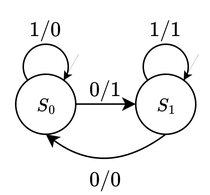
The draw.io diagram homework_3/report/assets/q2_mealy.png in apedersen00/digital-systems-design-and-verification, before a commit. Source tidied: cells renumbered, new cells last; positions are measured from the earlier drawing's top-left corner, leaving out a move shared by most shapes.
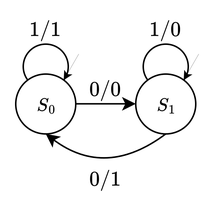
The same diagram one commit later.

What changed in the source:
```diff
@@ -17,7 +17,7 @@
         <mxPoint x="42" y="44" as="targetPoint" />
       </mxGeometry>
     </mxCell>
-    <mxCell id="6" value="$$1/0$$" style="text;html=1;align=center;verticalAlign=middle;whiteSpace=wrap;rounded=0;" parent="1" vertex="1">
+    <mxCell id="6" value="$$1/1$$" style="text;html=1;align=center;verticalAlign=middle;whiteSpace=wrap;rounded=0;" parent="1" vertex="1">
       <mxGeometry width="60" height="20" as="geometry" />
     </mxCell>
     <mxCell id="7" value="&lt;font face=&quot;Times New Roman&quot;&gt;$$S_1$$&lt;/font&gt;" style="ellipse;whiteSpace=wrap;html=1;" parent="1" vertex="1">
@@ -29,7 +29,7 @@
         <mxPoint x="90" y="59.9" as="targetPoint" />
       </mxGeometry>
     </mxCell>
-    <mxCell id="9" value="$$0/1$$" style="text;html=1;align=center;verticalAlign=middle;whiteSpace=wrap;rounded=0;" parent="1" vertex="1">
+    <mxCell id="9" value="$$0/0$$" style="text;html=1;align=center;verticalAlign=middle;whiteSpace=wrap;rounded=0;" parent="1" vertex="1">
       <mxGeometry x="50" y="40" width="40" height="20" as="geometry" />
     </mxCell>
     <mxCell id="10" style="endArrow=classic;html=1;rounded=0;entryX=1;entryY=1;entryDx=0;entryDy=0;strokeColor=default;strokeWidth=0;" parent="1" edge="1">
@@ -38,7 +38,7 @@
         <mxPoint x="122" y="44" as="targetPoint" />
       </mxGeometry>
     </mxCell>
-    <mxCell id="11" value="$$1/1$$" style="text;html=1;align=center;verticalAlign=middle;whiteSpace=wrap;rounded=0;" parent="1" vertex="1">
+    <mxCell id="11" value="$$1/0$$" style="text;html=1;align=center;verticalAlign=middle;whiteSpace=wrap;rounded=0;" parent="1" vertex="1">
       <mxGeometry x="80" width="60" height="20" as="geometry" />
     </mxCell>
     <mxCell id="12" style="endArrow=classic;html=1;rounded=0;exitX=0.5;exitY=1;exitDx=0;exitDy=0;entryX=0.5;entryY=1;entryDx=0;entryDy=0;curved=1;" parent="1" edge="1" source="7" target="4">
@@ -48,7 +48,7 @@
         </Array>
       </mxGeometry>
     </mxCell>
-    <mxCell id="13" value="$$0/0$$" style="text;html=1;align=center;verticalAlign=middle;whiteSpace=wrap;rounded=0;" parent="1" vertex="1">
+    <mxCell id="13" value="$$0/1$$" style="text;html=1;align=center;verticalAlign=middle;whiteSpace=wrap;rounded=0;" parent="1" vertex="1">
       <mxGeometry x="50" y="100" width="40" height="20" as="geometry" />
     </mxCell>
   </root>
```
